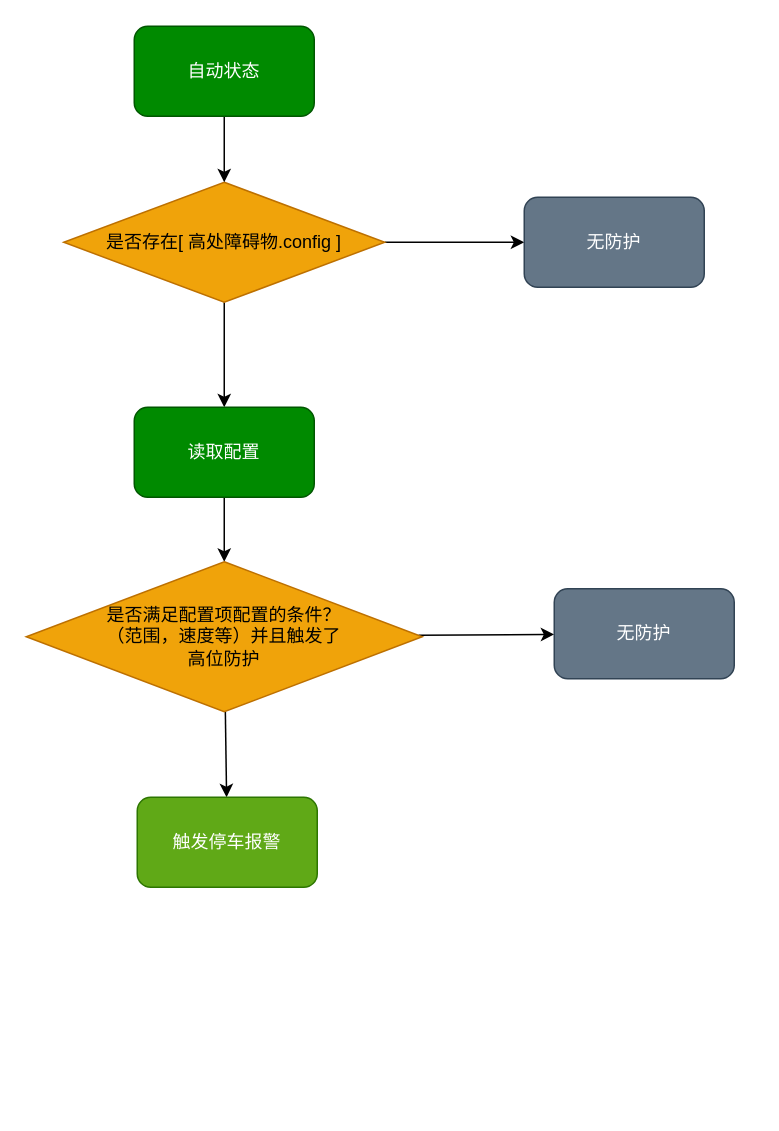
The draw.io diagram page "高位防护逻辑" (3 of 3) of 任务流程.drawio in DavidZhiXing/AgvBook, before the edit. Source tidied: cells renumbered, new cells numbered last; positions are measured from the earlier drawing's top-left corner, leaving out a move shared by most shapes. Both pictures are drawn from the tidied source at 150%, with x=0, y=0 at pixel (26, 26).
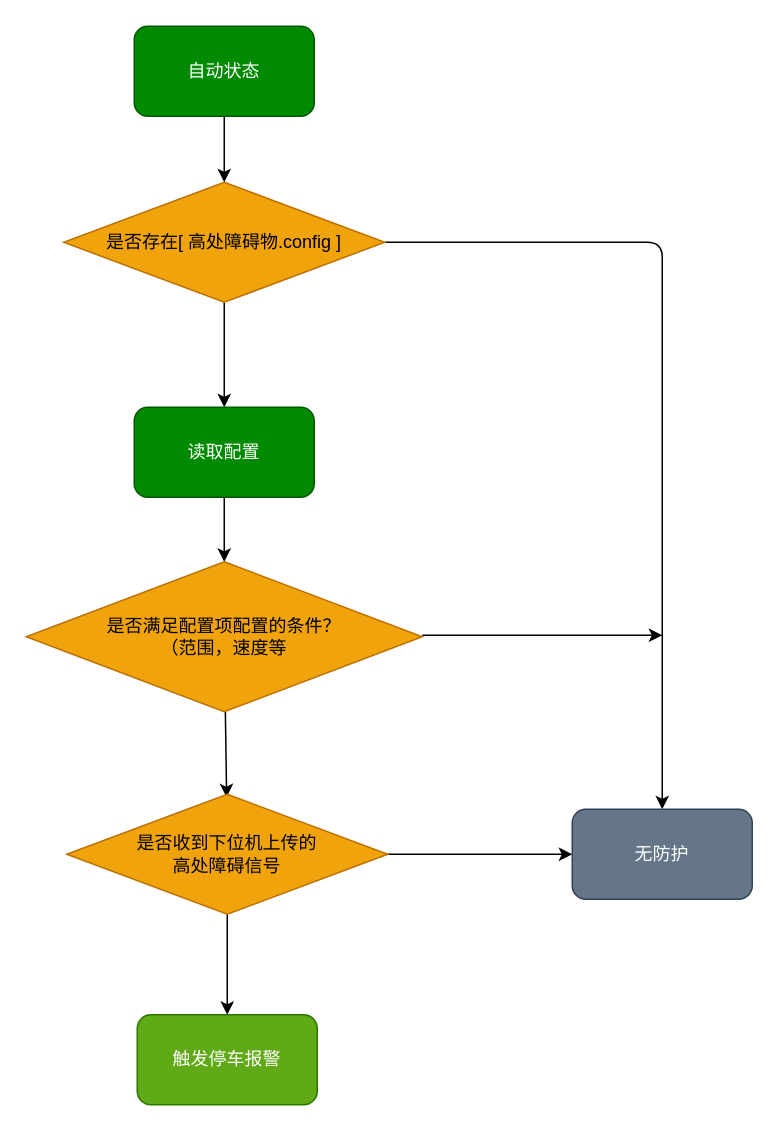
After the change.

The change refers to these unchanged cells:
```xml
<mxCell id="4" value="是否存在[ 高处障碍物.config ]" style="rhombus;whiteSpace=wrap;html=1;fillColor=#f0a30a;fontColor=#000000;strokeColor=#BD7000;" parent="1" vertex="1">
  <mxGeometry x="25" y="104" width="214" height="80" as="geometry" />
</mxCell>
```

What changed in the source:
```diff
@@
-    <mxCell id="2" style="edgeStyle=none;html=1;" parent="1" edge="1" source="4" target="5">
-      <mxGeometry relative="1" as="geometry" />
+    <mxCell id="2" style="edgeStyle=none;html=1;entryX=0.5;entryY=0;entryDx=0;entryDy=0;" parent="1" edge="1" source="4" target="18">
+      <mxGeometry relative="1" as="geometry">
+        <Array as="points">
+          <mxPoint x="424" y="144" />
+        </Array>
+      </mxGeometry>
     </mxCell>
@@
-    <mxCell id="5" value="无防护" style="rounded=1;whiteSpace=wrap;html=1;fillColor=#647687;fontColor=#ffffff;strokeColor=#314354;" parent="1" vertex="1">
-      <mxGeometry x="332" y="114" width="120" height="60" as="geometry" />
-    </mxCell>
@@
-    <mxCell id="8" style="edgeStyle=none;html=1;" parent="1" edge="1" source="10" target="11">
-      <mxGeometry relative="1" as="geometry" />
+    <mxCell id="8" style="edgeStyle=none;html=1;" parent="1" edge="1">
+      <mxGeometry relative="1" as="geometry">
+        <mxPoint x="264" y="406" as="sourcePoint" />
+        <mxPoint x="424" y="406" as="targetPoint" />
+        <Array as="points">
+          <mxPoint x="416" y="406" />
+        </Array>
+      </mxGeometry>
     </mxCell>
-    <mxCell id="9" style="edgeStyle=none;html=1;" parent="1" edge="1" source="10" target="12">
-      <mxGeometry relative="1" as="geometry" />
+    <mxCell id="9" style="edgeStyle=none;html=1;" parent="1" edge="1" source="10">
+      <mxGeometry relative="1" as="geometry">
+        <mxPoint x="133.6" y="514" as="targetPoint" />
+      </mxGeometry>
     </mxCell>
-    <mxCell id="10" value="是否满足配置项配置的条件？&lt;br&gt;（范围，速度等）并且触发了&lt;br&gt;高位防护" style="rhombus;whiteSpace=wrap;html=1;fillColor=#f0a30a;fontColor=#000000;strokeColor=#BD7000;" parent="1" vertex="1">
+    <mxCell id="10" value="是否满足配置项配置的条件？&lt;br&gt;（范围，速度等" style="rhombus;whiteSpace=wrap;html=1;fillColor=#f0a30a;fontColor=#000000;strokeColor=#BD7000;" parent="1" vertex="1">
       <mxGeometry y="357" width="264" height="100" as="geometry" />
     </mxCell>
-    <mxCell id="11" value="无防护" style="rounded=1;whiteSpace=wrap;html=1;fillColor=#647687;fontColor=#ffffff;strokeColor=#314354;" parent="1" vertex="1">
-      <mxGeometry x="352" y="375" width="120" height="60" as="geometry" />
-    </mxCell>
-    <mxCell id="12" value="触发停车报警" style="rounded=1;whiteSpace=wrap;html=1;fillColor=#60a917;fontColor=#ffffff;strokeColor=#2D7600;" parent="1" vertex="1">
-      <mxGeometry x="74" y="514" width="120" height="60" as="geometry" />
-    </mxCell>
@@
+    <mxCell id="12" value="触发停车报警" style="rounded=1;whiteSpace=wrap;html=1;fillColor=#60a917;fontColor=#ffffff;strokeColor=#2D7600;" parent="1" vertex="1">
+      <mxGeometry x="74" y="659" width="120" height="60" as="geometry" />
+    </mxCell>
+    <mxCell id="15" style="edgeStyle=none;html=1;" parent="1" edge="1" source="17" target="12">
+      <mxGeometry relative="1" as="geometry" />
+    </mxCell>
+    <mxCell id="16" style="edgeStyle=none;html=1;" parent="1" edge="1" source="17" target="18">
+      <mxGeometry relative="1" as="geometry" />
+    </mxCell>
+    <mxCell id="17" value="是否收到下位机上传的&lt;br&gt;高处障碍信号" style="rhombus;whiteSpace=wrap;html=1;fillColor=#f0a30a;fontColor=#000000;strokeColor=#BD7000;" parent="1" vertex="1">
+      <mxGeometry x="27" y="512" width="214" height="80" as="geometry" />
+    </mxCell>
+    <mxCell id="18" value="无防护" style="rounded=1;whiteSpace=wrap;html=1;fillColor=#647687;fontColor=#ffffff;strokeColor=#314354;" parent="1" vertex="1">
+      <mxGeometry x="364" y="522" width="120" height="60" as="geometry" />
+    </mxCell>
```
